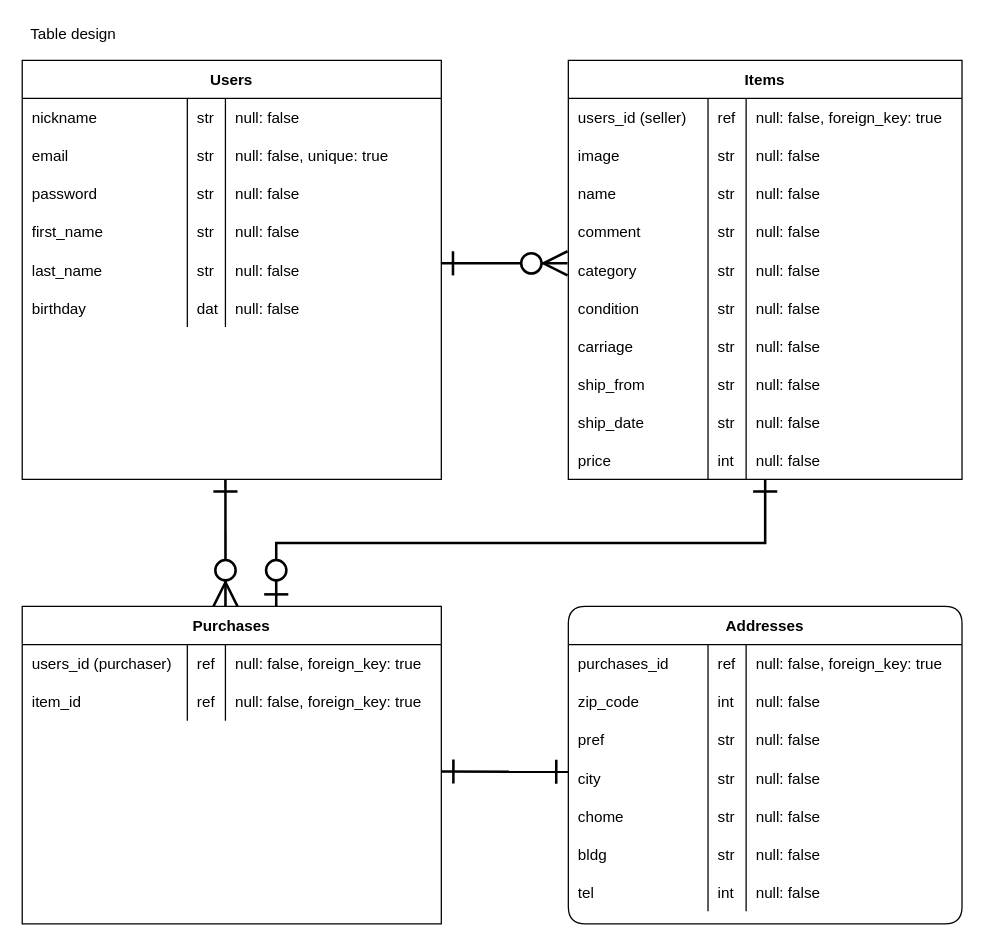
s-inoway/furima-28637 keeps this draw.io diagram as ERmap.dio. Above is the earlier version. Source tidied: cells renumbered, new cells numbered last; positions are measured from the earlier drawing's top-left corner, leaving out a move shared by most shapes. Both pictures are drawn from the tidied source at 127%, with x=0, y=0 at pixel (22, 22).
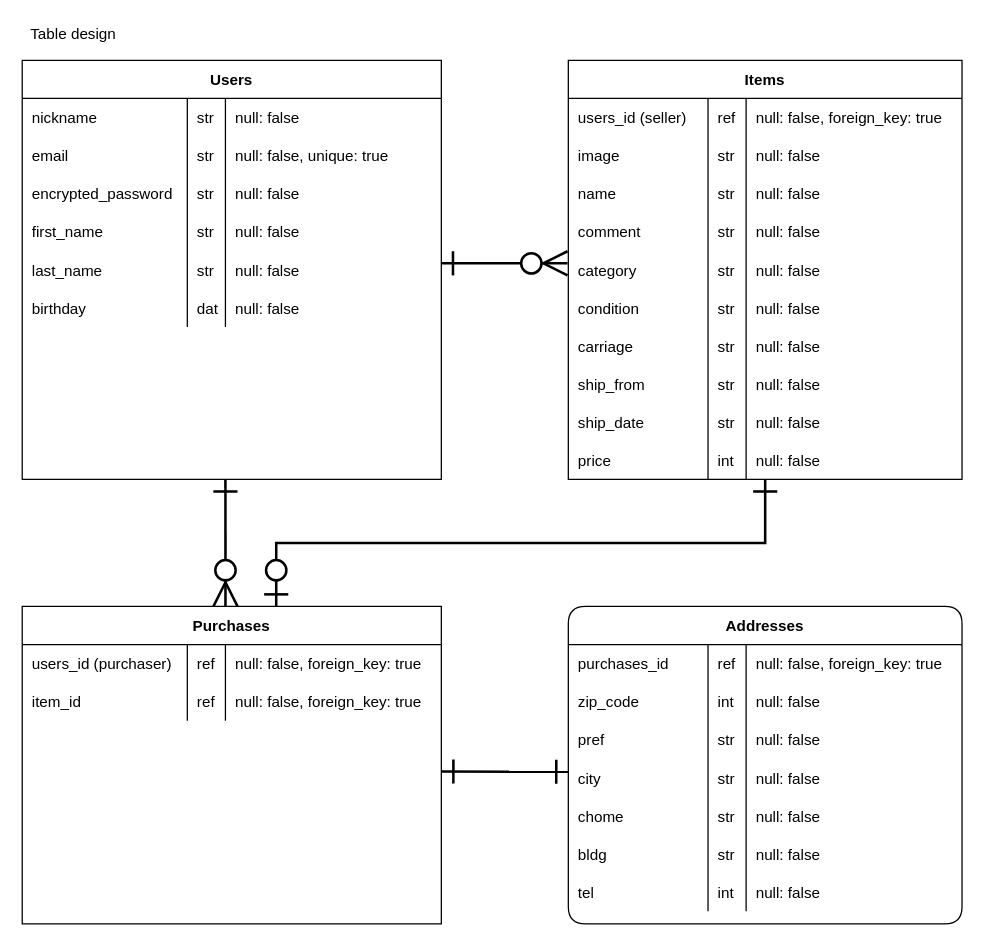
After the change.

Commit message (it also covers changes not shown here):
usersテーブルをdeviseに合わせたカラム変更

The change refers to these unchanged cells:
```xml
<mxCell id="12" style="shape=partialRectangle;fillColor=none;top=0;left=0;bottom=0;right=0;points=[[0,0.5],[1,0.5]];portConstraint=eastwest;" parent="3" vertex="1">
  <mxGeometry y="90" width="330" height="30" as="geometry" />
</mxCell>
```

Change to the diagram source:
```diff
@@
-    <mxCell id="13" value="password" style="shape=partialRectangle;fillColor=none;top=0;left=0;bottom=0;right=0;align=left;spacingLeft=6;overflow=hidden;" parent="12" vertex="1">
+    <mxCell id="13" value="encrypted_password" style="shape=partialRectangle;fillColor=none;top=0;left=0;bottom=0;right=0;align=left;spacingLeft=6;overflow=hidden;" parent="12" vertex="1">
       <mxGeometry width="130" height="30" as="geometry" />
     </mxCell>
```
